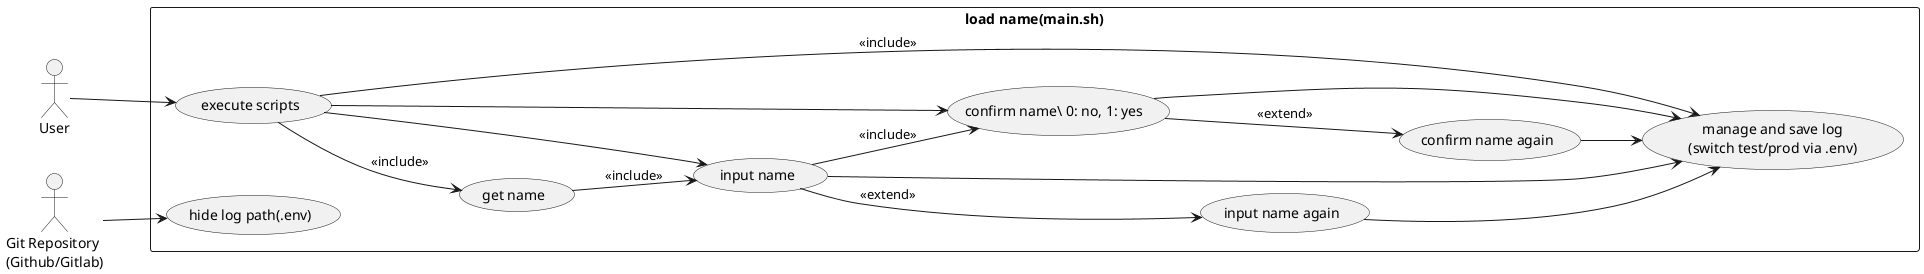
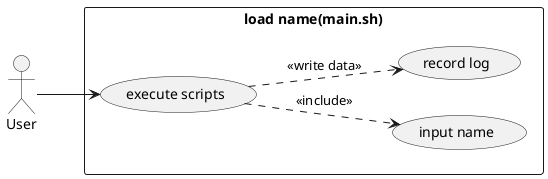
@startuml

skinparam packageStyle rectangle
left to right direction

actor "User" as user
- actor "Git Repository\n(Github/Gitlab)" as git
- 
rectangle "load name(main.sh)" {
	usecase "execute scripts" as main
	usecase "input name" as input
- 	usecase "confirm name\ 0: no, 1: yes " as conf
- 	usecase "input name again" as re_input
- 	usecase "confirm name again" as re_conf
- 	usecase "get name" as get
- 	usecase "manage and save log\n(switch test/prod via .env)" as log
- 	usecase "hide log path(.env)" as git_hide
+ 	usecase "record log" as log
}

user --> main
- main --> get: << include >>
- get --> input: << include >>
- input --> conf: << include >>
- conf --> re_conf: << extend >>
- input --> re_input: << extend >>
- main --> log: << include >>
- main --> input << include >>
- main --> conf << include >>
- conf --> log << include >>
- input --> log << include >>
- re_conf --> log << include >>
- re_input --> log << include >>
- 
- git --> git_hide
- 
- 
- 
+ main ..> input: << include >>
+ main ..> log: << write data >>
@enduml
